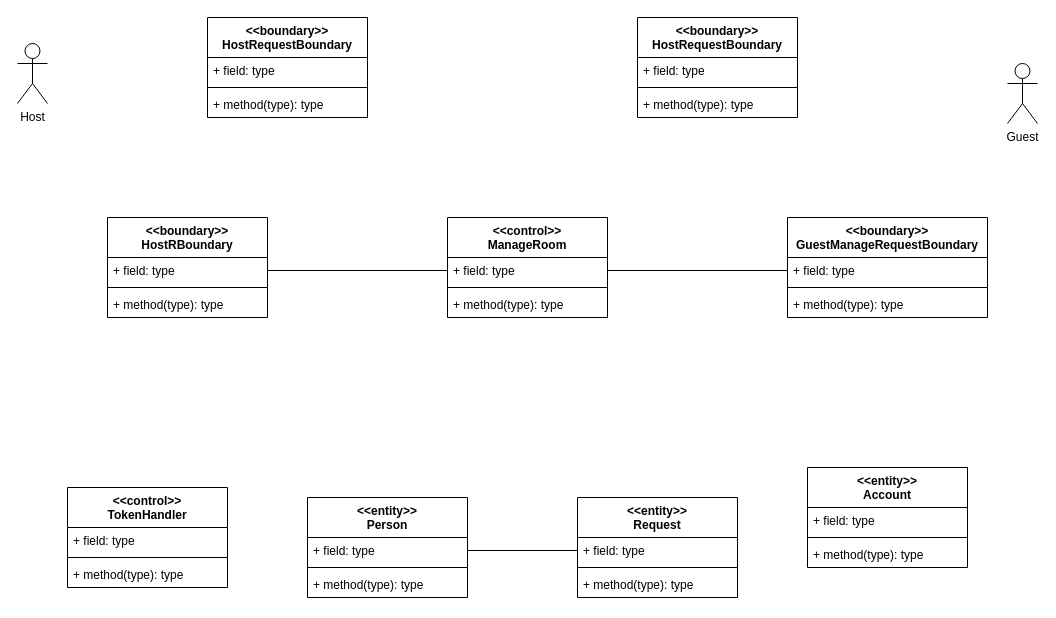
Earlier version of the draw.io diagram Docs/VoPC/VoPC ManageRoom.drawio (nic-agos/DoveStudi). Source tidied: cells renumbered, new cells numbered last; positions are measured from the earlier drawing's top-left corner, leaving out a move shared by most shapes. Both pictures are drawn from the tidied source at 100%, with x=0, y=0 at pixel (17, 17).
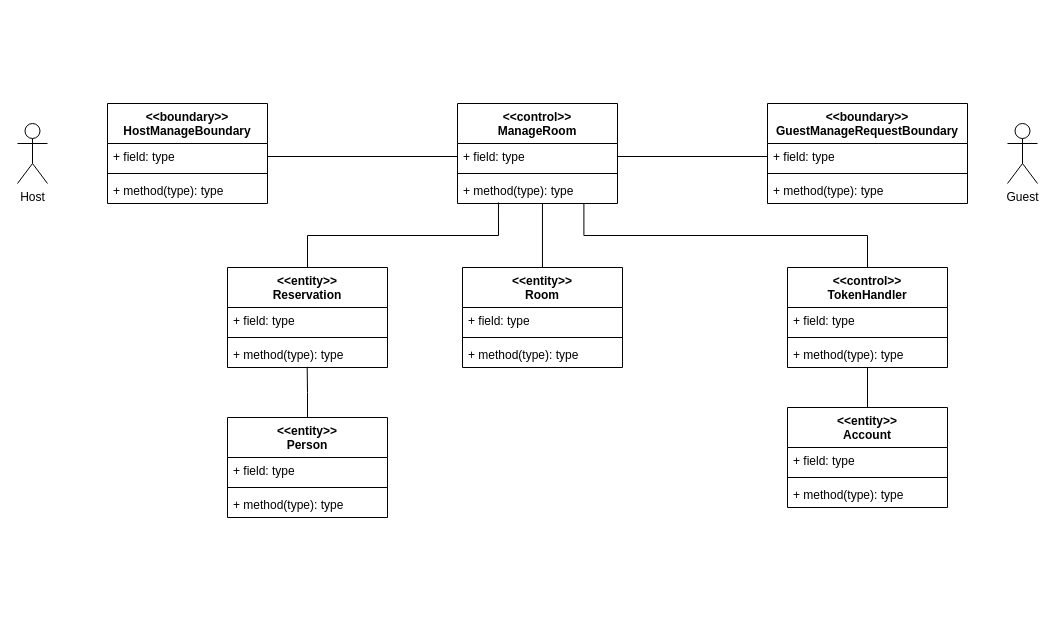
Above is the later version.

Commit message:
Added tokenHandler and ri-organizzation

The change refers to these unchanged cells:
```xml
<mxCell id="9" value="+ method(type): type" style="text;strokeColor=none;fillColor=none;align=left;verticalAlign=top;spacingLeft=4;spacingRight=4;overflow=hidden;points=[[0,0.5],[1,0.5]];portConstraint=eastwest;" parent="6" vertex="1">
  <mxGeometry y="74" width="160" height="26" as="geometry" />
</mxCell>
<mxCell id="20" value="+ field: type" style="text;strokeColor=none;fillColor=none;align=left;verticalAlign=top;spacingLeft=4;spacingRight=4;overflow=hidden;points=[[0,0.5],[1,0.5]];portConstraint=eastwest;" parent="19" vertex="1">
  <mxGeometry y="40" width="160" height="26" as="geometry" />
</mxCell>
<mxCell id="22" value="+ method(type): type" style="text;strokeColor=none;fillColor=none;align=left;verticalAlign=top;spacingLeft=4;spacingRight=4;overflow=hidden;points=[[0,0.5],[1,0.5]];portConstraint=eastwest;" parent="19" vertex="1">
  <mxGeometry y="74" width="160" height="26" as="geometry" />
</mxCell>
<mxCell id="34" value="+ method(type): type" style="text;strokeColor=none;fillColor=none;align=left;verticalAlign=top;spacingLeft=4;spacingRight=4;overflow=hidden;points=[[0,0.5],[1,0.5]];portConstraint=eastwest;" parent="31" vertex="1">
  <mxGeometry y="74" width="160" height="26" as="geometry" />
</mxCell>
```

Change to the diagram source:
```diff
@@
-    <mxCell id="2" value="&lt;&lt;entity&gt;&gt;&#10;Request" style="swimlane;fontStyle=1;align=center;verticalAlign=top;horizontal=1;startSize=40;" parent="1" vertex="1">
-      <mxGeometry x="560" y="480" width="160" height="100" as="geometry" />
-    </mxCell>
-    <mxCell id="3" value="+ field: type" style="text;strokeColor=none;fillColor=none;align=left;verticalAlign=top;spacingLeft=4;spacingRight=4;overflow=hidden;points=[[0,0.5],[1,0.5]];portConstraint=eastwest;" parent="2" vertex="1">
-      <mxGeometry y="40" width="160" height="26" as="geometry" />
-    </mxCell>
-    <mxCell id="4" style="line;strokeWidth=1;fillColor=none;align=left;verticalAlign=middle;spacingTop=-1;spacingLeft=3;spacingRight=3;labelPosition=right;" parent="2" vertex="1">
-      <mxGeometry y="66" width="160" height="8" as="geometry" />
-    </mxCell>
-    <mxCell id="5" value="+ method(type): type" style="text;strokeColor=none;fillColor=none;align=left;verticalAlign=top;spacingLeft=4;spacingRight=4;overflow=hidden;" parent="2" vertex="1">
-      <mxGeometry y="74" width="160" height="26" as="geometry" />
-    </mxCell>
     <mxCell id="6" value="&lt;&lt;control&gt;&gt;&#10;ManageRoom" style="swimlane;fontStyle=1;align=center;verticalAlign=top;horizontal=1;startSize=40;" parent="1" vertex="1">
-      <mxGeometry x="430" y="200" width="160" height="100" as="geometry" />
+      <mxGeometry x="440" y="86" width="160" height="100" as="geometry" />
     </mxCell>
@@
-    <mxCell id="10" value="&lt;&lt;boundary&gt;&gt;&#10;HostRBoundary" style="swimlane;fontStyle=1;align=center;verticalAlign=top;horizontal=1;startSize=40;" parent="1" vertex="1">
-      <mxGeometry x="90" y="200" width="160" height="100" as="geometry" />
+    <mxCell id="10" value="&lt;&lt;boundary&gt;&gt;&#10;HostManageBoundary" style="swimlane;fontStyle=1;align=center;verticalAlign=top;horizontal=1;startSize=40;" parent="1" vertex="1">
+      <mxGeometry x="90" y="86" width="160" height="100" as="geometry" />
     </mxCell>
@@
     <mxCell id="14" value="Host" style="shape=umlActor;verticalLabelPosition=bottom;verticalAlign=top;html=1;" parent="1" vertex="1">
-      <mxGeometry y="26" width="30" height="60" as="geometry" />
+      <mxGeometry y="106" width="30" height="60" as="geometry" />
     </mxCell>
+    <mxCell id="43" style="edgeStyle=orthogonalEdgeStyle;rounded=0;jettySize=auto;html=1;entryX=0.498;entryY=0.976;entryDx=0;entryDy=0;entryPerimeter=0;endArrow=none;endFill=0;" parent="1" edge="1" source="15" target="22">
+      <mxGeometry relative="1" as="geometry" />
+    </mxCell>
-    <mxCell id="15" value="&lt;&lt;entity&gt;&gt;&#10;Account" style="swimlane;fontStyle=1;align=center;verticalAlign=top;horizontal=1;startSize=40;" parent="1" vertex="1">
-      <mxGeometry x="790" y="450" width="160" height="100" as="geometry" />
+    <mxCell id="15" value="&lt;&lt;entity&gt;&gt;&#10;Person" style="swimlane;fontStyle=1;align=center;verticalAlign=top;horizontal=1;startSize=40;" parent="1" vertex="1">
+      <mxGeometry x="210" y="400" width="160" height="100" as="geometry" />
     </mxCell>
@@
+    <mxCell id="44" style="edgeStyle=orthogonalEdgeStyle;rounded=0;jettySize=auto;html=1;entryX=0.256;entryY=0.962;entryDx=0;entryDy=0;entryPerimeter=0;endArrow=none;endFill=0;" parent="1" edge="1" source="19" target="9">
+      <mxGeometry relative="1" as="geometry" />
+    </mxCell>
-    <mxCell id="19" value="&lt;&lt;entity&gt;&gt;&#10;Person" style="swimlane;fontStyle=1;align=center;verticalAlign=top;horizontal=1;startSize=40;" parent="1" vertex="1">
-      <mxGeometry x="290" y="480" width="160" height="100" as="geometry" />
+    <mxCell id="19" value="&lt;&lt;entity&gt;&gt;&#10;Reservation" style="swimlane;fontStyle=1;align=center;verticalAlign=top;horizontal=1;startSize=40;" parent="1" vertex="1">
+      <mxGeometry x="210" y="250" width="160" height="100" as="geometry" />
     </mxCell>
@@
-    <mxCell id="23" style="edgeStyle=orthogonalEdgeStyle;rounded=0;jettySize=auto;html=1;exitX=1;exitY=0.5;exitDx=0;exitDy=0;entryX=0;entryY=0.5;entryDx=0;entryDy=0;endArrow=none;endFill=0;" parent="1" edge="1" source="20" target="3">
-      <mxGeometry relative="1" as="geometry" />
-    </mxCell>
@@
     <mxCell id="25" value="&lt;&lt;boundary&gt;&gt;&#10;GuestManageRequestBoundary" style="swimlane;fontStyle=1;align=center;verticalAlign=top;horizontal=1;startSize=40;" parent="1" vertex="1">
-      <mxGeometry x="770" y="200" width="200" height="100" as="geometry" />
+      <mxGeometry x="750" y="86" width="200" height="100" as="geometry" />
     </mxCell>
@@
     <mxCell id="30" value="Guest" style="shape=umlActor;verticalLabelPosition=bottom;verticalAlign=top;html=1;" parent="1" vertex="1">
-      <mxGeometry x="990" y="46" width="30" height="60" as="geometry" />
+      <mxGeometry x="990" y="106" width="30" height="60" as="geometry" />
     </mxCell>
+    <mxCell id="45" style="edgeStyle=orthogonalEdgeStyle;rounded=0;jettySize=auto;html=1;exitX=0.5;exitY=0;exitDx=0;exitDy=0;entryX=0.79;entryY=1.02;entryDx=0;entryDy=0;entryPerimeter=0;endArrow=none;endFill=0;" parent="1" edge="1" source="31" target="9">
+      <mxGeometry relative="1" as="geometry" />
+    </mxCell>
     <mxCell id="31" value="&lt;&lt;control&gt;&gt;&#10;TokenHandler" style="swimlane;fontStyle=1;align=center;verticalAlign=top;horizontal=1;startSize=40;" parent="1" vertex="1">
-      <mxGeometry x="50" y="470" width="160" height="100" as="geometry" />
+      <mxGeometry x="770" y="250" width="160" height="100" as="geometry" />
     </mxCell>
@@
-    <mxCell id="35" value="&lt;&lt;boundary&gt;&gt;&#10;HostRequestBoundary" style="swimlane;fontStyle=1;align=center;verticalAlign=top;horizontal=1;startSize=40;" parent="1" vertex="1">
-      <mxGeometry x="190" width="160" height="100" as="geometry" />
-    </mxCell>
-    <mxCell id="36" value="+ field: type" style="text;strokeColor=none;fillColor=none;align=left;verticalAlign=top;spacingLeft=4;spacingRight=4;overflow=hidden;" parent="35" vertex="1">
-      <mxGeometry y="40" width="160" height="26" as="geometry" />
-    </mxCell>
-    <mxCell id="37" style="line;strokeWidth=1;fillColor=none;align=left;verticalAlign=middle;spacingTop=-1;spacingLeft=3;spacingRight=3;labelPosition=right;" parent="35" vertex="1">
-      <mxGeometry y="66" width="160" height="8" as="geometry" />
-    </mxCell>
-    <mxCell id="38" value="+ method(type): type" style="text;strokeColor=none;fillColor=none;align=left;verticalAlign=top;spacingLeft=4;spacingRight=4;overflow=hidden;" parent="35" vertex="1">
-      <mxGeometry y="74" width="160" height="26" as="geometry" />
-    </mxCell>
-    <mxCell id="39" value="&lt;&lt;boundary&gt;&gt;&#10;HostRequestBoundary" style="swimlane;fontStyle=1;align=center;verticalAlign=top;horizontal=1;startSize=40;" parent="1" vertex="1">
-      <mxGeometry x="620" width="160" height="100" as="geometry" />
-    </mxCell>
-    <mxCell id="40" value="+ field: type" style="text;strokeColor=none;fillColor=none;align=left;verticalAlign=top;spacingLeft=4;spacingRight=4;overflow=hidden;" parent="39" vertex="1">
-      <mxGeometry y="40" width="160" height="26" as="geometry" />
-    </mxCell>
-    <mxCell id="41" style="line;strokeWidth=1;fillColor=none;align=left;verticalAlign=middle;spacingTop=-1;spacingLeft=3;spacingRight=3;labelPosition=right;" parent="39" vertex="1">
-      <mxGeometry y="66" width="160" height="8" as="geometry" />
-    </mxCell>
-    <mxCell id="42" value="+ method(type): type" style="text;strokeColor=none;fillColor=none;align=left;verticalAlign=top;spacingLeft=4;spacingRight=4;overflow=hidden;" parent="39" vertex="1">
-      <mxGeometry y="74" width="160" height="26" as="geometry" />
-    </mxCell>
+    <mxCell id="46" style="edgeStyle=orthogonalEdgeStyle;rounded=0;jettySize=auto;html=1;entryX=0.531;entryY=1.02;entryDx=0;entryDy=0;entryPerimeter=0;endArrow=none;endFill=0;" parent="1" edge="1" source="47" target="9">
+      <mxGeometry relative="1" as="geometry" />
+    </mxCell>
+    <mxCell id="47" value="&lt;&lt;entity&gt;&gt;&#10;Room" style="swimlane;fontStyle=1;align=center;verticalAlign=top;horizontal=1;startSize=40;" parent="1" vertex="1">
+      <mxGeometry x="445" y="250" width="160" height="100" as="geometry" />
+    </mxCell>
+    <mxCell id="48" value="+ field: type" style="text;strokeColor=none;fillColor=none;align=left;verticalAlign=top;spacingLeft=4;spacingRight=4;overflow=hidden;" parent="47" vertex="1">
+      <mxGeometry y="40" width="160" height="26" as="geometry" />
+    </mxCell>
+    <mxCell id="49" style="line;strokeWidth=1;fillColor=none;align=left;verticalAlign=middle;spacingTop=-1;spacingLeft=3;spacingRight=3;labelPosition=right;" parent="47" vertex="1">
+      <mxGeometry y="66" width="160" height="8" as="geometry" />
+    </mxCell>
+    <mxCell id="50" value="+ method(type): type" style="text;strokeColor=none;fillColor=none;align=left;verticalAlign=top;spacingLeft=4;spacingRight=4;overflow=hidden;" parent="47" vertex="1">
+      <mxGeometry y="74" width="160" height="26" as="geometry" />
+    </mxCell>
+    <mxCell id="51" style="edgeStyle=orthogonalEdgeStyle;rounded=0;jettySize=auto;html=1;entryX=0.5;entryY=1;entryDx=0;entryDy=0;entryPerimeter=0;endArrow=none;endFill=0;" parent="1" edge="1" source="52" target="34">
+      <mxGeometry relative="1" as="geometry" />
+    </mxCell>
+    <mxCell id="52" value="&lt;&lt;entity&gt;&gt;&#10;Account" style="swimlane;fontStyle=1;align=center;verticalAlign=top;horizontal=1;startSize=40;" parent="1" vertex="1">
+      <mxGeometry x="770" y="390" width="160" height="100" as="geometry" />
+    </mxCell>
+    <mxCell id="53" value="+ field: type" style="text;strokeColor=none;fillColor=none;align=left;verticalAlign=top;spacingLeft=4;spacingRight=4;overflow=hidden;" parent="52" vertex="1">
+      <mxGeometry y="40" width="160" height="26" as="geometry" />
+    </mxCell>
+    <mxCell id="54" style="line;strokeWidth=1;fillColor=none;align=left;verticalAlign=middle;spacingTop=-1;spacingLeft=3;spacingRight=3;labelPosition=right;" parent="52" vertex="1">
+      <mxGeometry y="66" width="160" height="8" as="geometry" />
+    </mxCell>
+    <mxCell id="55" value="+ method(type): type" style="text;strokeColor=none;fillColor=none;align=left;verticalAlign=top;spacingLeft=4;spacingRight=4;overflow=hidden;" parent="52" vertex="1">
+      <mxGeometry y="74" width="160" height="26" as="geometry" />
+    </mxCell>
```
